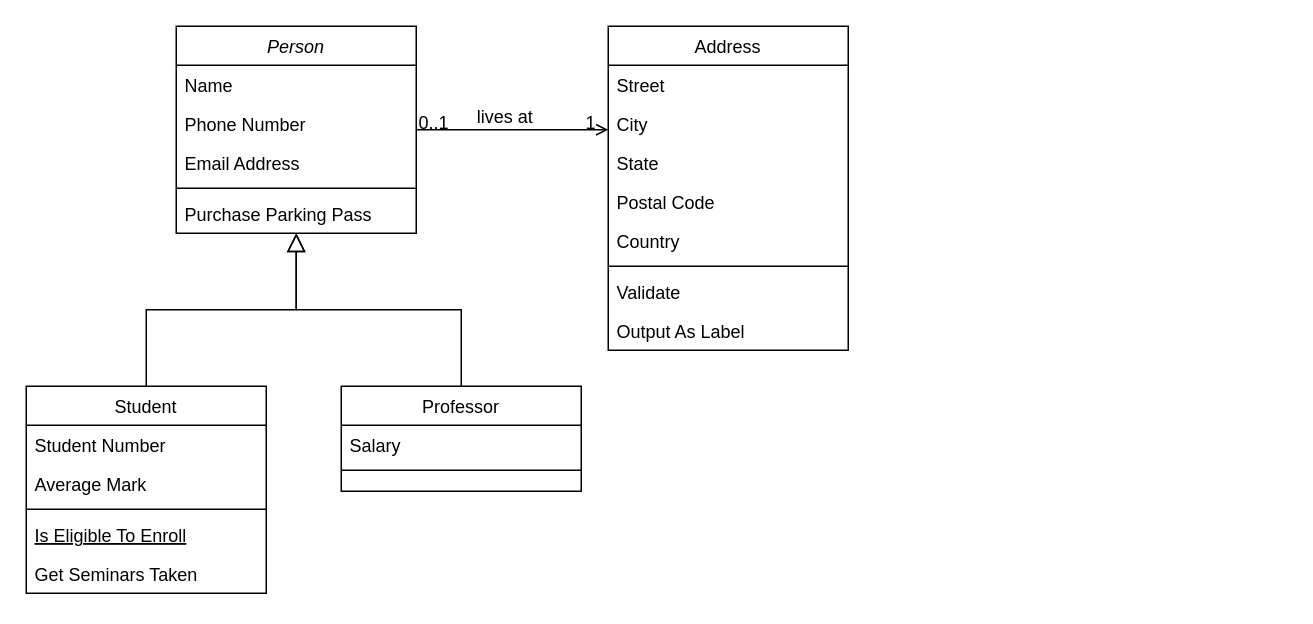
This is Untitled Diagram.drawio from shreya-arjun/404Found...ers, a draw.io file, before an edit. Source tidied: cells renumbered, new cells numbered last; positions are measured from the earlier drawing's top-left corner, leaving out a move shared by most shapes. Both pictures are drawn from the tidied source at 150%, with x=0, y=0 at pixel (26, 26).
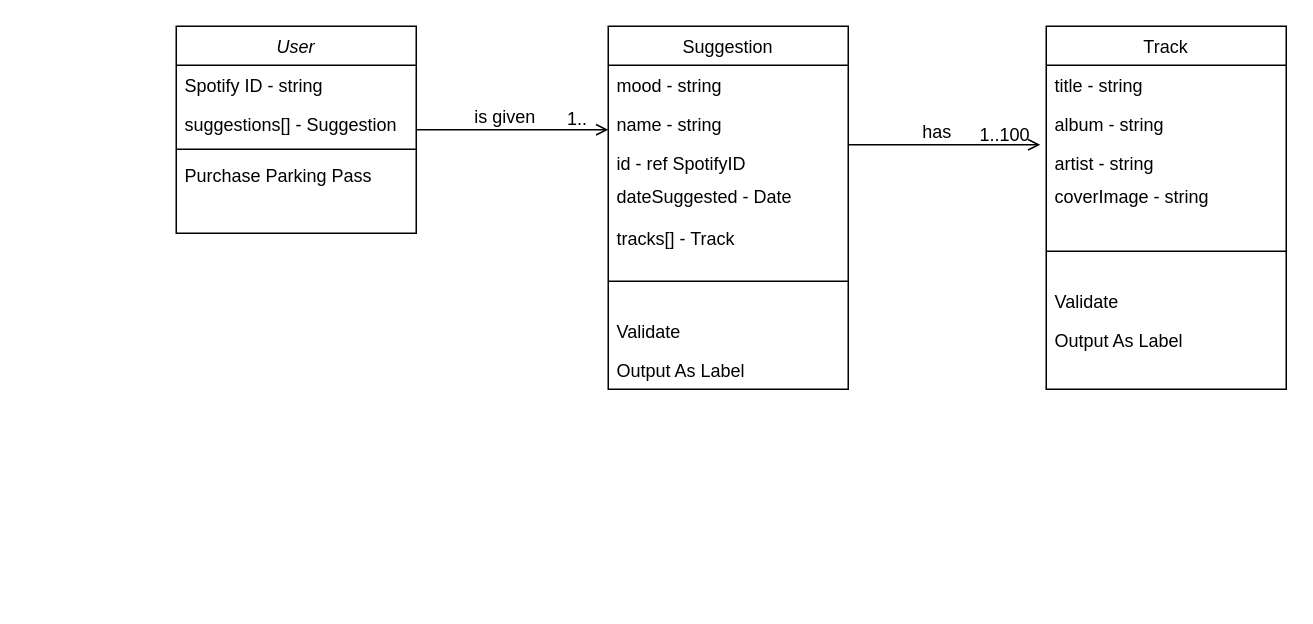
After the change.

The change refers to these unchanged cells:
```xml
<mxCell id="28" style="endArrow=open;shadow=0;strokeWidth=1;rounded=0;curved=0;endFill=1;edgeStyle=elbowEdgeStyle;elbow=vertical;" parent="1" edge="1" source="2" target="19">
  <mxGeometry x="0.5" y="41" relative="1" as="geometry">
    <mxPoint x="-40" y="32" as="offset" />
  </mxGeometry>
</mxCell>
```

The edit, as a diff of the source:
```diff
@@
-    <mxCell id="2" value="Person" style="swimlane;fontStyle=2;align=center;verticalAlign=top;horizontal=1;startSize=26;rounded=0;shadow=0;strokeWidth=1;" parent="1" vertex="1">
+    <mxCell id="2" value="User" style="swimlane;fontStyle=2;align=center;verticalAlign=top;horizontal=1;startSize=26;rounded=0;shadow=0;strokeWidth=1;" parent="1" vertex="1">
       <mxGeometry x="100" width="160" height="138" as="geometry" />
     </mxCell>
-    <mxCell id="3" value="Name" style="text;align=left;verticalAlign=top;spacingLeft=4;spacingRight=4;overflow=hidden;" parent="2" vertex="1">
+    <mxCell id="3" value="Spotify ID - string" style="text;align=left;verticalAlign=top;spacingLeft=4;spacingRight=4;overflow=hidden;" parent="2" vertex="1">
       <mxGeometry y="26" width="160" height="26" as="geometry" />
     </mxCell>
-    <mxCell id="4" value="Phone Number" style="text;align=left;verticalAlign=top;spacingLeft=4;spacingRight=4;overflow=hidden;rounded=0;shadow=0;html=0;" parent="2" vertex="1">
+    <mxCell id="4" value="suggestions[] - Suggestion " style="text;align=left;verticalAlign=top;spacingLeft=4;spacingRight=4;overflow=hidden;rounded=0;shadow=0;html=0;" parent="2" vertex="1">
       <mxGeometry y="52" width="160" height="26" as="geometry" />
     </mxCell>
-    <mxCell id="5" value="Email Address" style="text;align=left;verticalAlign=top;spacingLeft=4;spacingRight=4;overflow=hidden;rounded=0;shadow=0;html=0;" parent="2" vertex="1">
-      <mxGeometry y="78" width="160" height="26" as="geometry" />
-    </mxCell>
     <mxCell id="6" style="line;html=1;strokeWidth=1;align=left;verticalAlign=middle;spacingTop=-1;spacingLeft=3;spacingRight=3;labelPosition=right;" parent="2" vertex="1">
-      <mxGeometry y="104" width="160" height="8" as="geometry" />
+      <mxGeometry y="78" width="160" height="8" as="geometry" />
     </mxCell>
     <mxCell id="7" value="Purchase Parking Pass" style="text;align=left;verticalAlign=top;spacingLeft=4;spacingRight=4;overflow=hidden;" parent="2" vertex="1">
-      <mxGeometry y="112" width="160" height="26" as="geometry" />
+      <mxGeometry y="86" width="160" height="26" as="geometry" />
     </mxCell>
-    <mxCell id="8" value="Student" style="swimlane;fontStyle=0;align=center;verticalAlign=top;horizontal=1;startSize=26;rounded=0;shadow=0;strokeWidth=1;" parent="1" vertex="1">
-      <mxGeometry y="240" width="160" height="138" as="geometry" />
-    </mxCell>
-    <mxCell id="9" value="Student Number" style="text;align=left;verticalAlign=top;spacingLeft=4;spacingRight=4;overflow=hidden;" parent="8" vertex="1">
-      <mxGeometry y="26" width="160" height="26" as="geometry" />
-    </mxCell>
-    <mxCell id="10" value="Average Mark" style="text;align=left;verticalAlign=top;spacingLeft=4;spacingRight=4;overflow=hidden;rounded=0;shadow=0;html=0;" parent="8" vertex="1">
-      <mxGeometry y="52" width="160" height="26" as="geometry" />
-    </mxCell>
-    <mxCell id="11" style="line;html=1;strokeWidth=1;align=left;verticalAlign=middle;spacingTop=-1;spacingLeft=3;spacingRight=3;labelPosition=right;" parent="8" vertex="1">
-      <mxGeometry y="78" width="160" height="8" as="geometry" />
-    </mxCell>
-    <mxCell id="12" value="Is Eligible To Enroll" style="text;align=left;verticalAlign=top;spacingLeft=4;spacingRight=4;overflow=hidden;fontStyle=4;" parent="8" vertex="1">
-      <mxGeometry y="86" width="160" height="26" as="geometry" />
-    </mxCell>
-    <mxCell id="13" value="Get Seminars Taken" style="text;align=left;verticalAlign=top;spacingLeft=4;spacingRight=4;overflow=hidden;" parent="8" vertex="1">
-      <mxGeometry y="112" width="160" height="26" as="geometry" />
-    </mxCell>
-    <mxCell id="14" style="endArrow=block;endSize=10;endFill=0;shadow=0;strokeWidth=1;rounded=0;curved=0;edgeStyle=elbowEdgeStyle;elbow=vertical;" parent="1" edge="1" source="8" target="2">
-      <mxGeometry relative="1" as="geometry" />
-    </mxCell>
-    <mxCell id="15" value="Professor" style="swimlane;fontStyle=0;align=center;verticalAlign=top;horizontal=1;startSize=26;rounded=0;shadow=0;strokeWidth=1;" parent="1" vertex="1">
-      <mxGeometry x="210" y="240" width="160" height="70" as="geometry" />
-    </mxCell>
-    <mxCell id="16" value="Salary" style="text;align=left;verticalAlign=top;spacingLeft=4;spacingRight=4;overflow=hidden;" parent="15" vertex="1">
-      <mxGeometry y="26" width="160" height="26" as="geometry" />
-    </mxCell>
-    <mxCell id="17" style="line;html=1;strokeWidth=1;align=left;verticalAlign=middle;spacingTop=-1;spacingLeft=3;spacingRight=3;labelPosition=right;" parent="15" vertex="1">
-      <mxGeometry y="52" width="160" height="8" as="geometry" />
-    </mxCell>
-    <mxCell id="18" style="endArrow=block;endSize=10;endFill=0;shadow=0;strokeWidth=1;rounded=0;curved=0;edgeStyle=elbowEdgeStyle;elbow=vertical;" parent="1" edge="1" source="15" target="2">
-      <mxGeometry relative="1" as="geometry" />
-    </mxCell>
-    <mxCell id="19" value="Address" style="swimlane;fontStyle=0;align=center;verticalAlign=top;horizontal=1;startSize=26;rounded=0;shadow=0;strokeWidth=1;" parent="1" vertex="1">
-      <mxGeometry x="388" width="160" height="216" as="geometry" />
+    <mxCell id="19" value="Suggestion" style="swimlane;fontStyle=0;align=center;verticalAlign=top;horizontal=1;startSize=26;rounded=0;shadow=0;strokeWidth=1;" parent="1" vertex="1">
+      <mxGeometry x="388" width="160" height="242" as="geometry" />
     </mxCell>
-    <mxCell id="20" value="Street" style="text;align=left;verticalAlign=top;spacingLeft=4;spacingRight=4;overflow=hidden;" parent="19" vertex="1">
+    <mxCell id="20" value="mood - string" style="text;align=left;verticalAlign=top;spacingLeft=4;spacingRight=4;overflow=hidden;" parent="19" vertex="1">
       <mxGeometry y="26" width="160" height="26" as="geometry" />
     </mxCell>
-    <mxCell id="21" value="City" style="text;align=left;verticalAlign=top;spacingLeft=4;spacingRight=4;overflow=hidden;rounded=0;shadow=0;html=0;" parent="19" vertex="1">
+    <mxCell id="21" value="name - string" style="text;align=left;verticalAlign=top;spacingLeft=4;spacingRight=4;overflow=hidden;rounded=0;shadow=0;html=0;" parent="19" vertex="1">
       <mxGeometry y="52" width="160" height="26" as="geometry" />
     </mxCell>
-    <mxCell id="22" value="State" style="text;align=left;verticalAlign=top;spacingLeft=4;spacingRight=4;overflow=hidden;rounded=0;shadow=0;html=0;" parent="19" vertex="1">
-      <mxGeometry y="78" width="160" height="26" as="geometry" />
+    <mxCell id="22" value="id - ref SpotifyID" style="text;align=left;verticalAlign=top;spacingLeft=4;spacingRight=4;overflow=hidden;rounded=0;shadow=0;html=0;" parent="19" vertex="1">
+      <mxGeometry y="78" width="160" height="22" as="geometry" />
     </mxCell>
-    <mxCell id="23" value="Postal Code" style="text;align=left;verticalAlign=top;spacingLeft=4;spacingRight=4;overflow=hidden;rounded=0;shadow=0;html=0;" parent="19" vertex="1">
-      <mxGeometry y="104" width="160" height="26" as="geometry" />
-    </mxCell>
-    <mxCell id="24" value="Country" style="text;align=left;verticalAlign=top;spacingLeft=4;spacingRight=4;overflow=hidden;rounded=0;shadow=0;html=0;" parent="19" vertex="1">
-      <mxGeometry y="130" width="160" height="26" as="geometry" />
-    </mxCell>
+    <mxCell id="32" value="dateSuggested - Date&#10; &#10;tracks[] - Track" style="text;align=left;verticalAlign=top;spacingLeft=4;spacingRight=4;overflow=hidden;rounded=0;shadow=0;html=0;" parent="19" vertex="1">
+      <mxGeometry y="100" width="160" height="50" as="geometry" />
+    </mxCell>
     <mxCell id="25" style="line;html=1;strokeWidth=1;align=left;verticalAlign=middle;spacingTop=-1;spacingLeft=3;spacingRight=3;labelPosition=right;" parent="19" vertex="1">
-      <mxGeometry y="156" width="160" height="8" as="geometry" />
+      <mxGeometry y="150" width="160" height="40" as="geometry" />
     </mxCell>
     <mxCell id="26" value="Validate" style="text;align=left;verticalAlign=top;spacingLeft=4;spacingRight=4;overflow=hidden;" parent="19" vertex="1">
-      <mxGeometry y="164" width="160" height="26" as="geometry" />
+      <mxGeometry y="190" width="160" height="26" as="geometry" />
     </mxCell>
     <mxCell id="27" value="Output As Label" style="text;align=left;verticalAlign=top;spacingLeft=4;spacingRight=4;overflow=hidden;" parent="19" vertex="1">
-      <mxGeometry y="190" width="160" height="26" as="geometry" />
+      <mxGeometry y="216" width="160" height="26" as="geometry" />
     </mxCell>
@@
-    <mxCell id="29" value="0..1" style="align=left;verticalAlign=bottom;labelBackgroundColor=none;fontSize=12;" parent="28" vertex="1">
+    <mxCell id="29" style="align=left;verticalAlign=bottom;labelBackgroundColor=none;fontSize=12;" parent="28" vertex="1">
       <mxGeometry x="-1" relative="1" as="geometry">
         <mxPoint y="4" as="offset" />
       </mxGeometry>
     </mxCell>
-    <mxCell id="30" value="1" style="align=right;verticalAlign=bottom;labelBackgroundColor=none;fontSize=12;" parent="28" vertex="1">
+    <mxCell id="30" style="align=right;verticalAlign=bottom;labelBackgroundColor=none;fontSize=12;" parent="28" vertex="1">
       <mxGeometry x="1" relative="1" as="geometry">
         <mxPoint x="-7" y="4" as="offset" />
       </mxGeometry>
     </mxCell>
-    <mxCell id="31" value="lives at" style="text;html=1;align=center;verticalAlign=middle;labelBackgroundColor=none;rounded=0;shadow=0;strokeWidth=1;fontSize=12;" parent="28" vertex="1">
+    <mxCell id="31" value="is given" style="text;html=1;align=center;verticalAlign=middle;labelBackgroundColor=none;rounded=0;shadow=0;strokeWidth=1;fontSize=12;" parent="28" vertex="1">
       <mxGeometry x="0.5" y="49" relative="1" as="geometry">
         <mxPoint x="-38" y="40" as="offset" />
       </mxGeometry>
     </mxCell>
+    <mxCell id="33" value="Track" style="swimlane;fontStyle=0;align=center;verticalAlign=top;horizontal=1;startSize=26;rounded=0;shadow=0;strokeWidth=1;" parent="1" vertex="1">
+      <mxGeometry x="680" width="160" height="242" as="geometry" />
+    </mxCell>
+    <mxCell id="34" value="title - string" style="text;align=left;verticalAlign=top;spacingLeft=4;spacingRight=4;overflow=hidden;" parent="33" vertex="1">
+      <mxGeometry y="26" width="160" height="26" as="geometry" />
+    </mxCell>
+    <mxCell id="35" value="album - string " style="text;align=left;verticalAlign=top;spacingLeft=4;spacingRight=4;overflow=hidden;rounded=0;shadow=0;html=0;" parent="33" vertex="1">
+      <mxGeometry y="52" width="160" height="26" as="geometry" />
+    </mxCell>
+    <mxCell id="36" value="artist - string" style="text;align=left;verticalAlign=top;spacingLeft=4;spacingRight=4;overflow=hidden;rounded=0;shadow=0;html=0;" parent="33" vertex="1">
+      <mxGeometry y="78" width="160" height="22" as="geometry" />
+    </mxCell>
+    <mxCell id="37" value="coverImage - string" style="text;align=left;verticalAlign=top;spacingLeft=4;spacingRight=4;overflow=hidden;rounded=0;shadow=0;html=0;" parent="33" vertex="1">
+      <mxGeometry y="100" width="160" height="30" as="geometry" />
+    </mxCell>
+    <mxCell id="38" style="line;html=1;strokeWidth=1;align=left;verticalAlign=middle;spacingTop=-1;spacingLeft=3;spacingRight=3;labelPosition=right;" parent="33" vertex="1">
+      <mxGeometry y="130" width="160" height="40" as="geometry" />
+    </mxCell>
+    <mxCell id="39" value="Validate" style="text;align=left;verticalAlign=top;spacingLeft=4;spacingRight=4;overflow=hidden;" parent="33" vertex="1">
+      <mxGeometry y="170" width="160" height="26" as="geometry" />
+    </mxCell>
+    <mxCell id="40" value="Output As Label" style="text;align=left;verticalAlign=top;spacingLeft=4;spacingRight=4;overflow=hidden;" parent="33" vertex="1">
+      <mxGeometry y="196" width="160" height="26" as="geometry" />
+    </mxCell>
+    <mxCell id="41" style="endArrow=open;shadow=0;strokeWidth=1;rounded=0;curved=0;endFill=1;edgeStyle=elbowEdgeStyle;elbow=vertical;" parent="1" edge="1">
+      <mxGeometry x="0.5" y="41" relative="1" as="geometry">
+        <mxPoint x="548" y="79" as="sourcePoint" />
+        <mxPoint x="676" y="79" as="targetPoint" />
+        <mxPoint x="-40" y="32" as="offset" />
+      </mxGeometry>
+    </mxCell>
+    <mxCell id="42" style="align=left;verticalAlign=bottom;labelBackgroundColor=none;fontSize=12;" parent="41" vertex="1">
+      <mxGeometry x="-1" relative="1" as="geometry">
+        <mxPoint y="4" as="offset" />
+      </mxGeometry>
+    </mxCell>
+    <mxCell id="43" style="align=right;verticalAlign=bottom;labelBackgroundColor=none;fontSize=12;" parent="41" vertex="1">
+      <mxGeometry x="1" relative="1" as="geometry">
+        <mxPoint x="-7" y="4" as="offset" />
+      </mxGeometry>
+    </mxCell>
+    <mxCell id="44" value="has" style="text;html=1;align=center;verticalAlign=middle;labelBackgroundColor=none;rounded=0;shadow=0;strokeWidth=1;fontSize=12;" parent="41" vertex="1">
+      <mxGeometry x="0.5" y="49" relative="1" as="geometry">
+        <mxPoint x="-38" y="40" as="offset" />
+      </mxGeometry>
+    </mxCell>
+    <mxCell id="45" value="1..100" style="text;align=left;verticalAlign=top;spacingLeft=4;spacingRight=4;overflow=hidden;rounded=0;shadow=0;html=0;" parent="1" vertex="1">
+      <mxGeometry x="630" y="59" width="50" height="20" as="geometry" />
+    </mxCell>
+    <mxCell id="46" value="1.." style="text;align=left;verticalAlign=top;spacingLeft=4;spacingRight=4;overflow=hidden;rounded=0;shadow=0;html=0;" parent="1" vertex="1">
+      <mxGeometry x="355" y="48" width="57" height="33" as="geometry" />
+    </mxCell>
```
